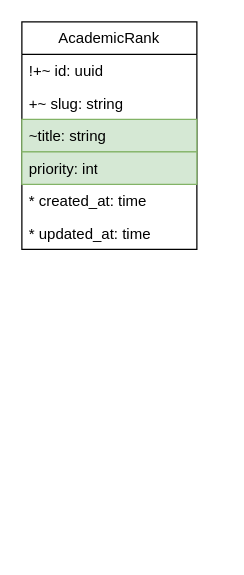
Earlier version of the draw.io diagram page "Schedule" (5 of 5) of docs/entity_relationship.drawio (IrusHunter/duckademic). Source tidied: cells renumbered, new cells numbered last; positions are measured from the earlier drawing's top-left corner, leaving out a move shared by most shapes. Both pictures are drawn from the tidied source at 125%, with x=0, y=0 at pixel (21, 21).
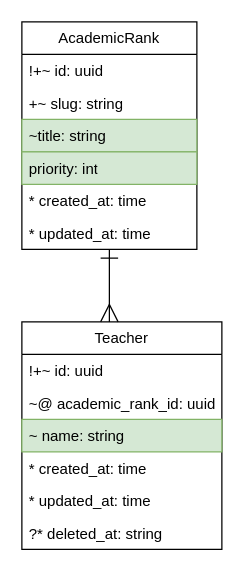
After the change.

Change to the diagram source:
```diff
@@
 <mxGraphModel>
   <root>
     <mxCell id="0" />
     <mxCell id="1" parent="0" />
     <mxCell id="2" value="AcademicRank" style="swimlane;fontStyle=0;horizontal=1;startSize=26;fillColor=none;whiteSpace=wrap;html=1;" parent="1" vertex="1">
       <mxGeometry width="140" height="182" as="geometry" />
     </mxCell>
     <mxCell id="3" value="!+~ id: uuid" style="text;strokeColor=none;fillColor=none;align=left;verticalAlign=top;spacingLeft=4;spacingRight=4;overflow=hidden;whiteSpace=wrap;html=1;" parent="2" vertex="1">
       <mxGeometry y="26" width="140" height="26" as="geometry" />
     </mxCell>
     <mxCell id="4" value="+~ slug: string" style="text;strokeColor=none;fillColor=none;align=left;verticalAlign=top;spacingLeft=4;spacingRight=4;overflow=hidden;whiteSpace=wrap;html=1;" parent="2" vertex="1">
       <mxGeometry y="52" width="140" height="26" as="geometry" />
     </mxCell>
     <mxCell id="5" value="~title: string" style="text;strokeColor=#82b366;fillColor=#d5e8d4;align=left;verticalAlign=top;spacingLeft=4;spacingRight=4;overflow=hidden;whiteSpace=wrap;html=1;" parent="2" vertex="1">
       <mxGeometry y="78" width="140" height="26" as="geometry" />
     </mxCell>
     <mxCell id="6" value="priority: int" style="text;strokeColor=#82b366;fillColor=#d5e8d4;align=left;verticalAlign=top;spacingLeft=4;spacingRight=4;overflow=hidden;whiteSpace=wrap;html=1;" parent="2" vertex="1">
       <mxGeometry y="104" width="140" height="26" as="geometry" />
     </mxCell>
     <mxCell id="7" value="* created_at: time" style="text;strokeColor=none;fillColor=none;align=left;verticalAlign=top;spacingLeft=4;spacingRight=4;overflow=hidden;whiteSpace=wrap;html=1;" parent="2" vertex="1">
       <mxGeometry y="130" width="140" height="26" as="geometry" />
     </mxCell>
     <mxCell id="8" value="* updated_at: time" style="text;strokeColor=none;fillColor=none;align=left;verticalAlign=top;spacingLeft=4;spacingRight=4;overflow=hidden;whiteSpace=wrap;html=1;" parent="2" vertex="1">
       <mxGeometry y="156" width="140" height="26" as="geometry" />
     </mxCell>
+    <mxCell id="9" value="Teacher" style="swimlane;fontStyle=0;horizontal=1;startSize=26;fillColor=none;whiteSpace=wrap;html=1;" parent="1" vertex="1">
+      <mxGeometry y="240" width="160" height="182" as="geometry" />
+    </mxCell>
+    <mxCell id="10" value="!+~ id: uuid" style="text;strokeColor=none;fillColor=none;align=left;verticalAlign=top;spacingLeft=4;spacingRight=4;overflow=hidden;whiteSpace=wrap;html=1;" parent="9" vertex="1">
+      <mxGeometry y="26" width="160" height="26" as="geometry" />
+    </mxCell>
+    <mxCell id="11" value="~@ academic_rank_id: uuid" style="text;strokeColor=none;fillColor=none;align=left;verticalAlign=top;spacingLeft=4;spacingRight=4;overflow=hidden;whiteSpace=wrap;html=1;" parent="9" vertex="1">
+      <mxGeometry y="52" width="160" height="26" as="geometry" />
+    </mxCell>
+    <mxCell id="12" value="~ name: string" style="text;strokeColor=#82b366;fillColor=#d5e8d4;align=left;verticalAlign=top;spacingLeft=4;spacingRight=4;overflow=hidden;whiteSpace=wrap;html=1;" parent="9" vertex="1">
+      <mxGeometry y="78" width="160" height="26" as="geometry" />
+    </mxCell>
+    <mxCell id="13" value="* created_at: time" style="text;strokeColor=none;fillColor=none;align=left;verticalAlign=top;spacingLeft=4;spacingRight=4;overflow=hidden;whiteSpace=wrap;html=1;" parent="9" vertex="1">
+      <mxGeometry y="104" width="160" height="26" as="geometry" />
+    </mxCell>
+    <mxCell id="14" value="* updated_at: time" style="text;strokeColor=none;fillColor=none;align=left;verticalAlign=top;spacingLeft=4;spacingRight=4;overflow=hidden;whiteSpace=wrap;html=1;" parent="9" vertex="1">
+      <mxGeometry y="130" width="160" height="26" as="geometry" />
+    </mxCell>
+    <mxCell id="15" value="?* deleted_at: string" style="text;strokeColor=none;fillColor=none;align=left;verticalAlign=top;spacingLeft=4;spacingRight=4;overflow=hidden;whiteSpace=wrap;html=1;" parent="9" vertex="1">
+      <mxGeometry y="156" width="160" height="26" as="geometry" />
+    </mxCell>
+    <mxCell id="16" style="edgeStyle=orthogonalEdgeStyle;html=1;startArrow=ERone;startFill=0;endArrow=ERmany;endFill=0;endSize=12;startSize=12;strokeWidth=1;rounded=0;curved=0;" parent="1" edge="1" source="2" target="9">
+      <mxGeometry relative="1" as="geometry">
+        <Array as="points">
+          <mxPoint x="70" y="230" />
+          <mxPoint x="70" y="230" />
+        </Array>
+      </mxGeometry>
+    </mxCell>
   </root>
 </mxGraphModel>
```
